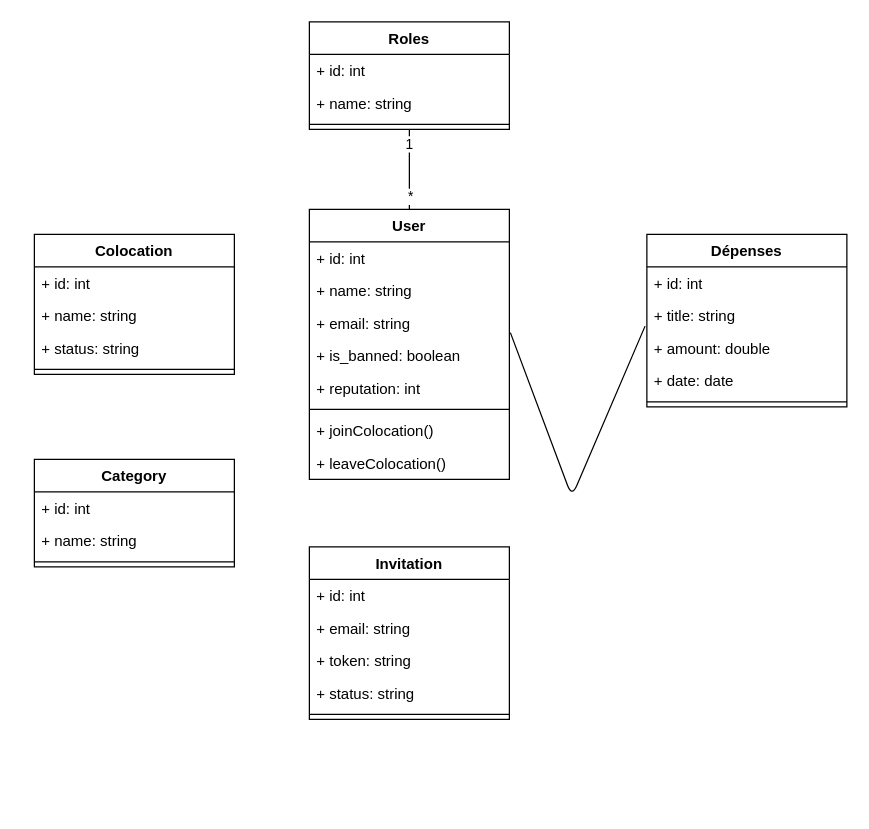
The draw.io diagram diagrammes/Diagramme de classes.drawio in mehamdwsw/EasyColoc, before the edit. Source tidied: cells renumbered, new cells numbered last; positions are measured from the earlier drawing's top-left corner, leaving out a move shared by most shapes. Both pictures are drawn from the tidied source at 125%, with x=0, y=0 at pixel (34, 21).
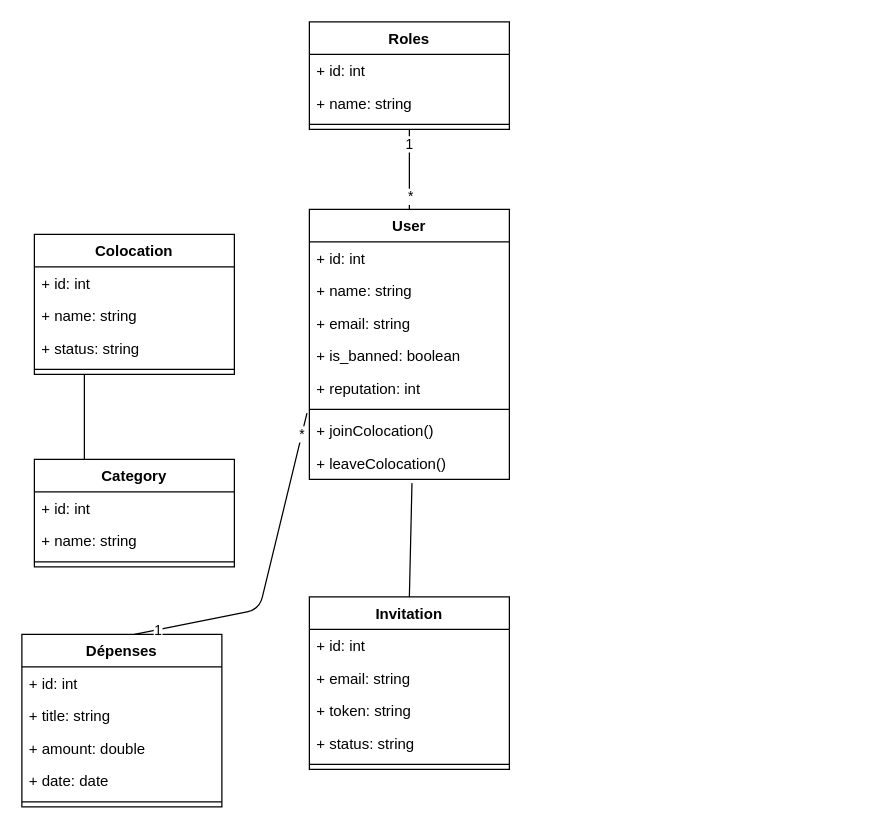
The same page after the edit.

Unchanged cells that the change refers to:
```xml
<mxCell id="5" value="+ email: string" style="text;strokeColor=none;fillColor=none;align=left;verticalAlign=top;spacingLeft=4;spacingRight=4;overflow=hidden;points=[[0,0.5],[1,0.5]];portConstraint=eastwest;whiteSpace=wrap;html=1;" parent="2" vertex="1">
  <mxGeometry y="78" width="160" height="26" as="geometry" />
</mxCell>
<mxCell id="9" value="+ joinColocation()" style="text;strokeColor=none;fillColor=none;align=left;verticalAlign=top;spacingLeft=4;spacingRight=4;overflow=hidden;points=[[0,0.5],[1,0.5]];portConstraint=eastwest;whiteSpace=wrap;html=1;" parent="2" vertex="1">
  <mxGeometry y="164" width="160" height="26" as="geometry" />
</mxCell>
<mxCell id="10" value="+ leaveColocation()" style="text;strokeColor=none;fillColor=none;align=left;verticalAlign=top;spacingLeft=4;spacingRight=4;overflow=hidden;points=[[0,0.5],[1,0.5]];portConstraint=eastwest;whiteSpace=wrap;html=1;" parent="2" vertex="1">
  <mxGeometry y="190" width="160" height="26" as="geometry" />
</mxCell>
<mxCell id="11" value="Colocation  " style="swimlane;fontStyle=1;align=center;verticalAlign=top;horizontal=1;startSize=26;whiteSpace=wrap;html=1;" parent="1" vertex="1">
  <mxGeometry y="170" width="160" height="112" as="geometry" />
</mxCell>
<mxCell id="18" value="+ title: string" style="text;strokeColor=none;fillColor=none;align=left;verticalAlign=top;spacingLeft=4;spacingRight=4;overflow=hidden;points=[[0,0.5],[1,0.5]];portConstraint=eastwest;whiteSpace=wrap;html=1;" parent="16" vertex="1">
  <mxGeometry y="52" width="160" height="26" as="geometry" />
</mxCell>
<mxCell id="22" value="Category   " style="swimlane;fontStyle=1;align=center;verticalAlign=top;horizontal=1;startSize=26;whiteSpace=wrap;html=1;" parent="1" vertex="1">
  <mxGeometry y="350" width="160" height="86" as="geometry" />
</mxCell>
```

What changed in the source:
```diff
@@
     <mxCell id="16" value="Dépenses  " style="swimlane;fontStyle=1;align=center;verticalAlign=top;horizontal=1;startSize=26;whiteSpace=wrap;html=1;" parent="1" vertex="1">
-      <mxGeometry x="490" y="170" width="160" height="138" as="geometry" />
+      <mxGeometry x="-10" y="490" width="160" height="138" as="geometry" />
     </mxCell>
@@
     <mxCell id="26" value="Invitation    " style="swimlane;fontStyle=1;align=center;verticalAlign=top;horizontal=1;startSize=26;whiteSpace=wrap;html=1;" parent="1" vertex="1">
-      <mxGeometry x="220" y="420" width="160" height="138" as="geometry" />
+      <mxGeometry x="220" y="460" width="160" height="138" as="geometry" />
     </mxCell>
@@
-    <mxCell id="39" style="endArrow=none;html=1;entryX=-0.009;entryY=0.823;entryDx=0;entryDy=0;entryPerimeter=0;exitX=1.005;exitY=0.793;exitDx=0;exitDy=0;exitPerimeter=0;" parent="1" edge="1" source="5" target="18">
+    <mxCell id="39" style="endArrow=none;html=1;exitX=-0.012;exitY=-0.038;exitDx=0;exitDy=0;exitPerimeter=0;" parent="1" edge="1" source="9">
       <mxGeometry relative="1" as="geometry">
+        <mxPoint x="80" y="490" as="targetPoint" />
         <Array as="points">
-          <mxPoint x="430" y="380" />
+          <mxPoint x="180" y="470" />
         </Array>
       </mxGeometry>
     </mxCell>
+    <mxCell id="40" value="1" style="edgeLabel;html=1;align=center;verticalAlign=middle;" parent="39" vertex="1">
+      <mxGeometry x="0.86" relative="1" as="geometry" />
+    </mxCell>
+    <mxCell id="41" value="*" style="edgeLabel;html=1;align=center;verticalAlign=middle;" parent="39" vertex="1">
+      <mxGeometry x="-0.87" y="-1" relative="1" as="geometry" />
+    </mxCell>
+    <mxCell id="42" style="endArrow=none;html=1;entryX=0.5;entryY=0;entryDx=0;entryDy=0;exitX=0.513;exitY=1.115;exitDx=0;exitDy=0;exitPerimeter=0;" parent="1" edge="1" source="10" target="26">
+      <mxGeometry relative="1" as="geometry" />
+    </mxCell>
+    <mxCell id="43" style="endArrow=none;html=1;entryX=0.25;entryY=0;entryDx=0;entryDy=0;exitX=0.25;exitY=1;exitDx=0;exitDy=0;" parent="1" edge="1" source="11" target="22">
+      <mxGeometry relative="1" as="geometry" />
+    </mxCell>
```
